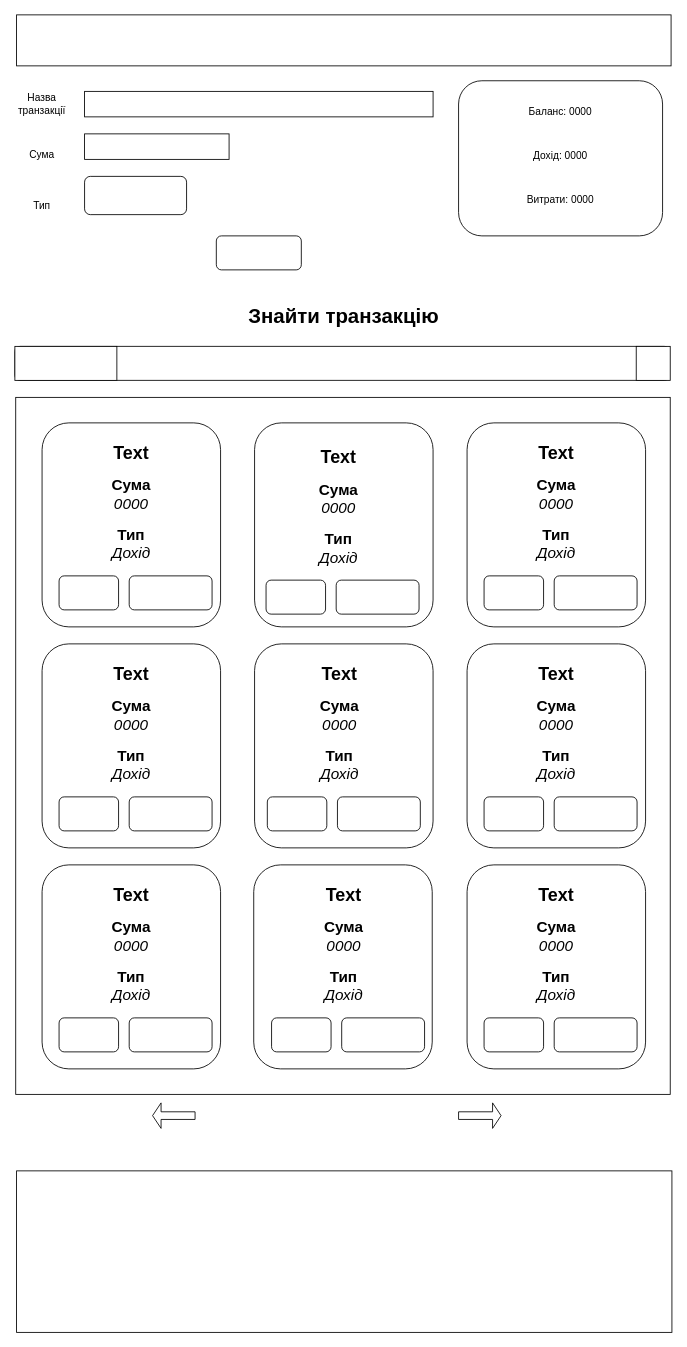
Above: EasyCodeTestTask.drawio in UiMi17/EasyCode-Test-Task (draw.io), before the change. Source tidied: cells renumbered, new cells numbered last; positions are measured from the earlier drawing's top-left corner, leaving out a move shared by most shapes. Both pictures are drawn from the tidied source at 85%, with x=0, y=0 at pixel (14, 14).
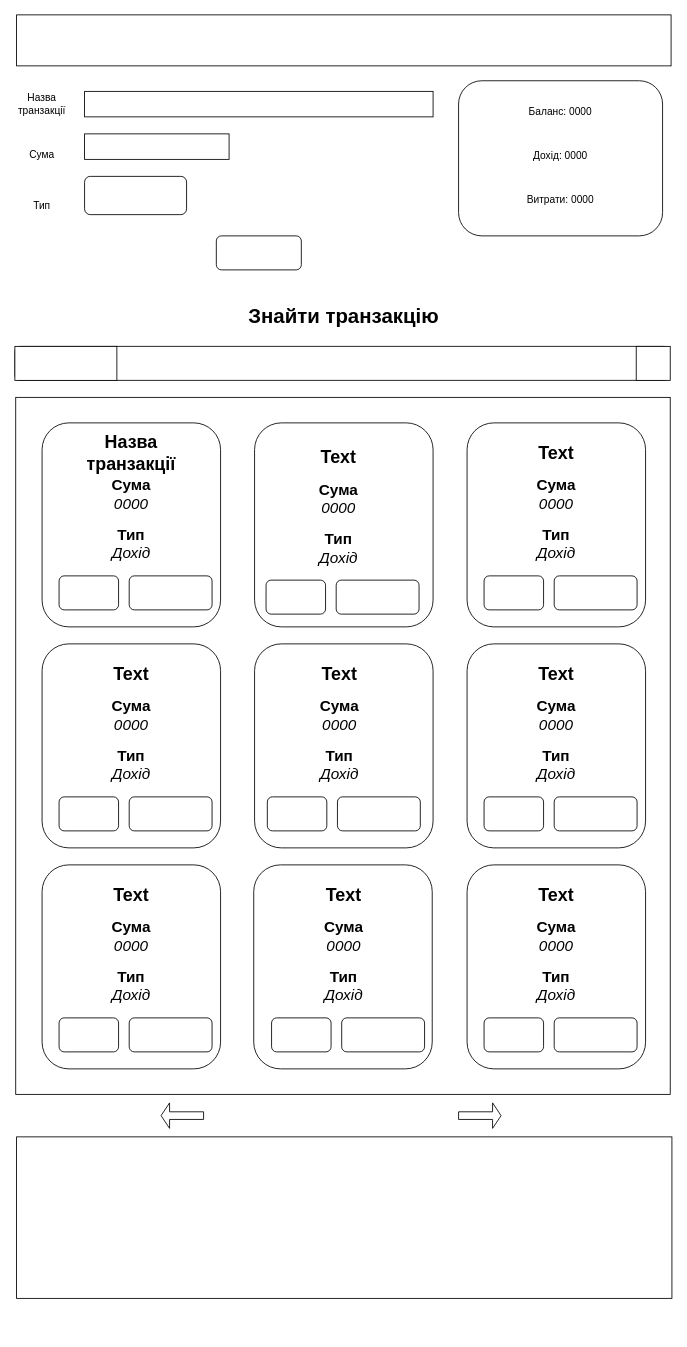
The same diagram, later.

Commit message:
FIXED: pagination arrows schema. ADDED: Footer schema

The change refers to these unchanged cells:
```xml
<mxCell id="80" style="group;" parent="78" vertex="1">
  <mxGeometry x="20" y="10" width="180" height="210" as="geometry" />
</mxCell>
```

Change to the diagram source:
```diff
@@
-    <mxCell id="81" value="&lt;font style=&quot;font-size: 21px;&quot;&gt;&lt;b&gt;Text&lt;/b&gt;&lt;/font&gt;" style="text;html=1;strokeColor=none;fillColor=none;align=center;verticalAlign=middle;whiteSpace=wrap;rounded=0;" parent="80" vertex="1">
+    <mxCell id="81" value="&lt;font style=&quot;font-size: 21px;&quot;&gt;&lt;b&gt;Назва транзакції&lt;/b&gt;&lt;/font&gt;" style="text;html=1;strokeColor=none;fillColor=none;align=center;verticalAlign=middle;whiteSpace=wrap;rounded=0;" parent="80" vertex="1">
       <mxGeometry x="10" width="150" height="50" as="geometry" />
     </mxCell>
@@
     <mxCell id="86" style="rounded=0;whiteSpace=wrap;html=1;" parent="1" vertex="1">
-      <mxGeometry x="2" y="1360" width="771" height="190" as="geometry" />
+      <mxGeometry x="2" y="1320" width="771" height="190" as="geometry" />
     </mxCell>
     <mxCell id="87" style="shape=singleArrow;direction=west;whiteSpace=wrap;html=1;" parent="1" vertex="1">
-      <mxGeometry x="162" y="1280" width="50" height="30" as="geometry" />
+      <mxGeometry x="172" y="1280" width="50" height="30" as="geometry" />
     </mxCell>
```
